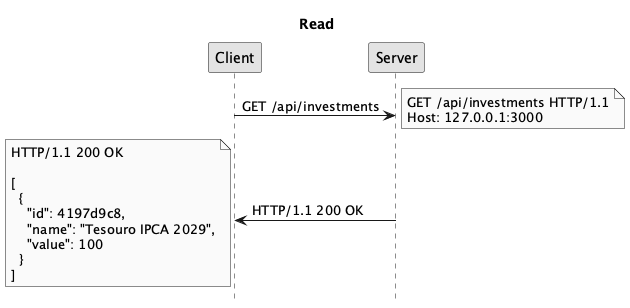
Above: public/imgs/expressjs/api/read-investments-simple.png in ifpb/lp2 (PlantUML), before the change.
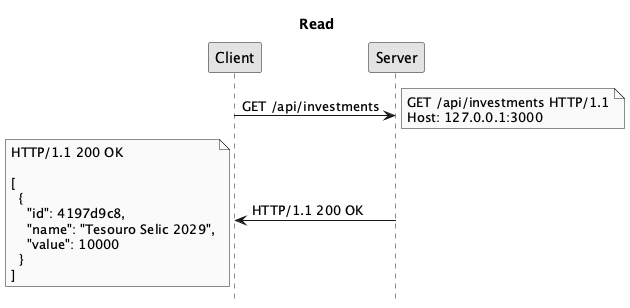
The same file after the commit.

Change to the diagram source:
```diff
@@ -6,5 +6,5 @@
 Client -> Server: GET /api/investments
 note right: GET /api/investments HTTP/1.1\nHost: 127.0.0.1:3000
 Server -> Client: HTTP/1.1 200 OK
-note left: HTTP/1.1 200 OK\n\n[\n  {\n    "id": 4197d9c8,\n    "name": "Tesouro IPCA 2029",\n    "value": 100\n  }\n]
+note left: HTTP/1.1 200 OK\n\n[\n  {\n    "id": 4197d9c8,\n    "name": "Tesouro Selic 2029",\n    "value": 10000\n  }\n]
 @enduml
```
